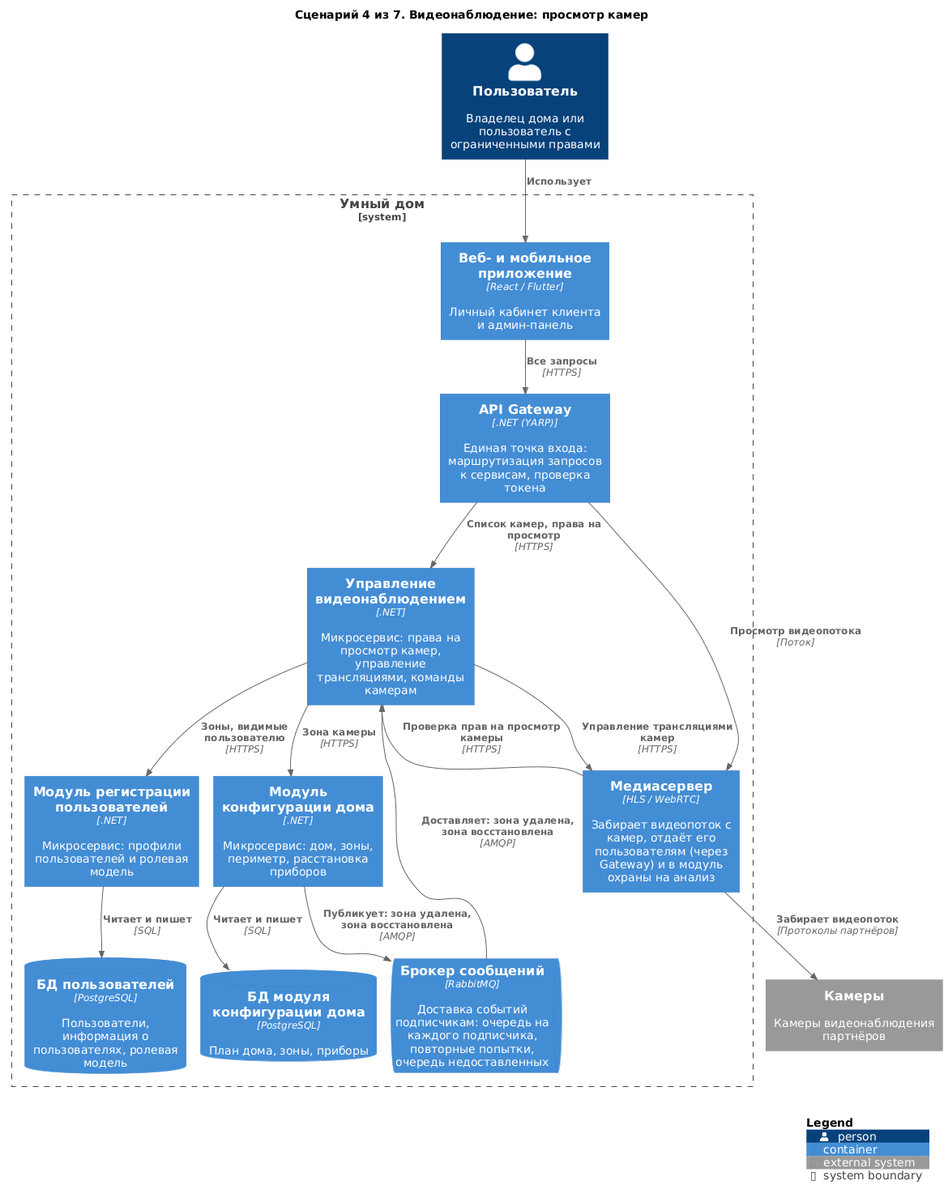
Before: diagrams/containers-scenarios/04-video-viewing.png, a diagram exported from PlantUML (Lyamin-av/architecture-warmhouse).
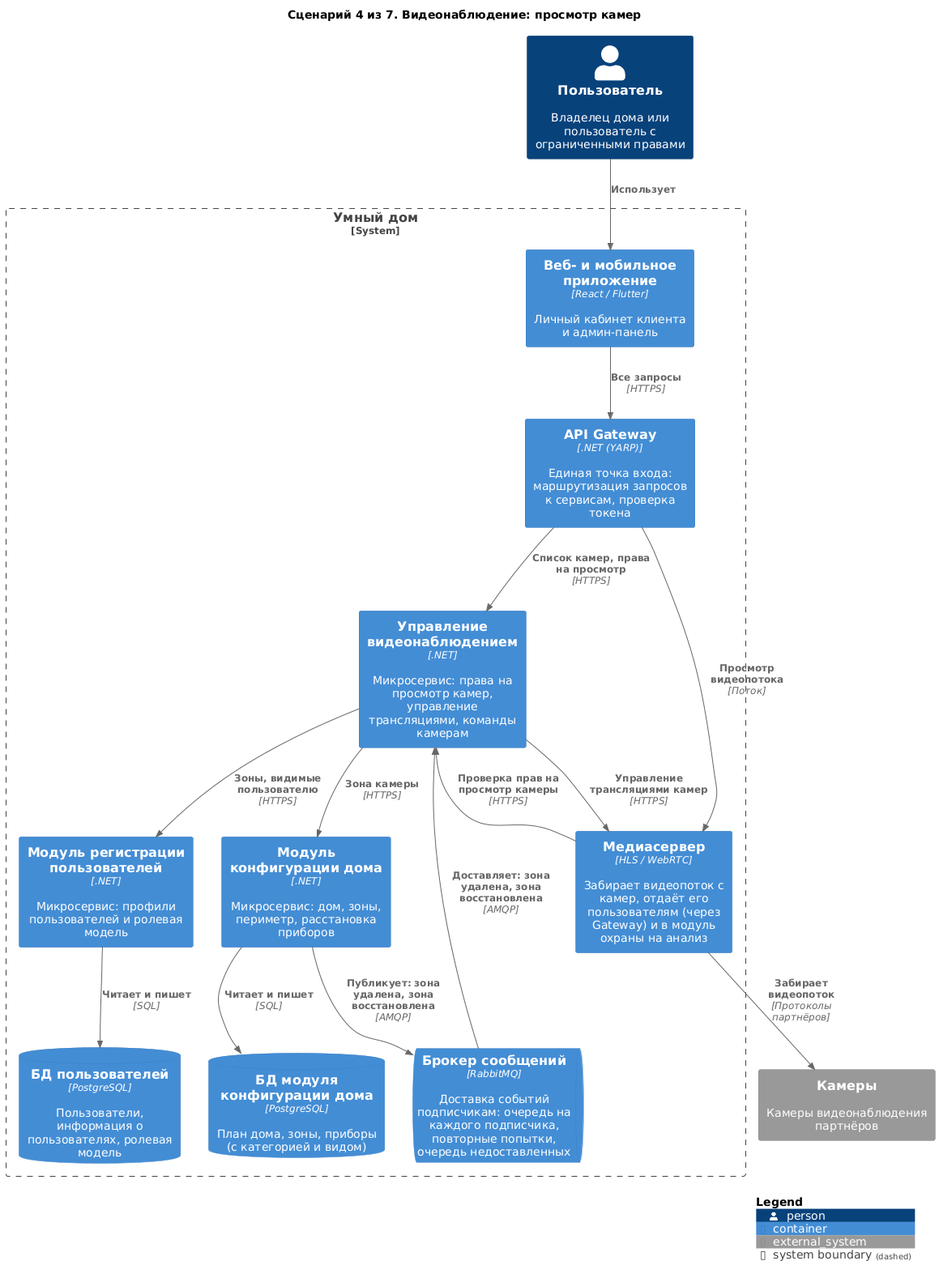
Later version of the same file.

What changed in the source:
```diff
@@ -13,7 +13,7 @@
     Container(Users, "Модуль регистрации пользователей", ".NET", "Микросервис: профили пользователей и ролевая модель")
     Container(HouseConfigurator, "Модуль конфигурации дома", ".NET", "Микросервис: дом, зоны, периметр, расстановка приборов")
     ContainerQueue(Broker, "Брокер сообщений", "RabbitMQ", "Доставка событий подписчикам: очередь на каждого подписчика, повторные попытки, очередь недоставленных")
-    ContainerDb(dbHC, "БД модуля конфигурации дома", "PostgreSQL", "План дома, зоны, приборы")
+    ContainerDb(dbHC, "БД модуля конфигурации дома", "PostgreSQL", "План дома, зоны, приборы (с категорией и видом)")
     ContainerDb(dbUsers, "БД пользователей", "PostgreSQL", "Пользователи, информация о пользователях, ролевая модель")
 }
 
```
